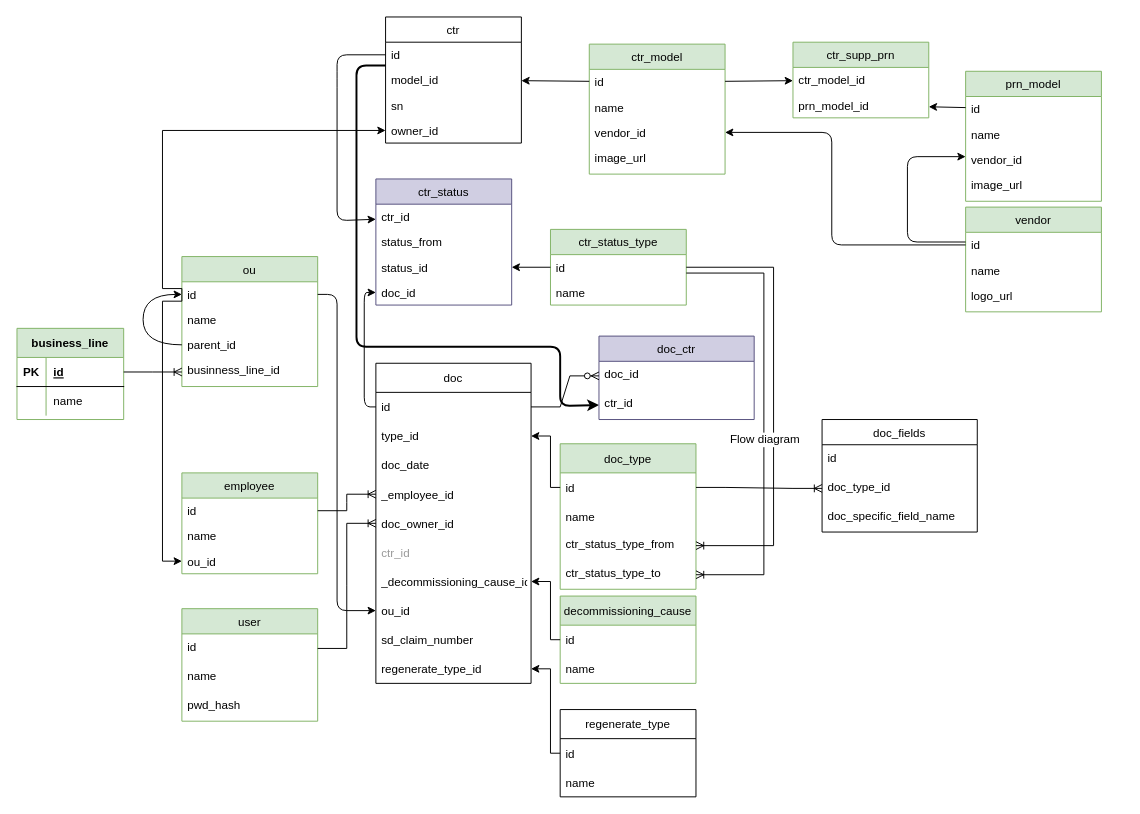
Earlier version of the draw.io diagram page "Ent relationship" (1 of 2) of docs/cartridge_accounting.drawio (IgorTkachuk/caartridge_accounting). Source tidied: cells renumbered, new cells numbered last; positions are measured from the earlier drawing's top-left corner, leaving out a move shared by most shapes. Both pictures are drawn from the tidied source at 97%, with x=0, y=0 at pixel (16, 16).
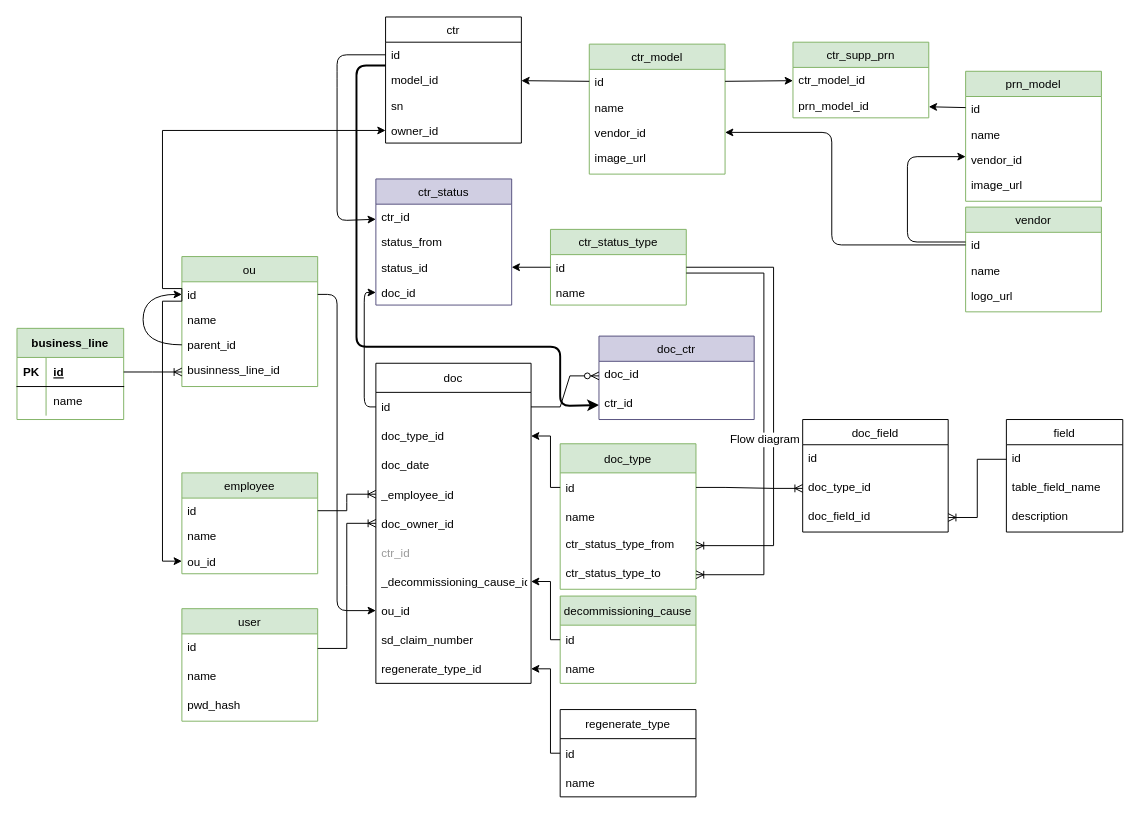
The same page after the edit.

Commit message:
feat: extends entity DB diagram with document fields

Unchanged cells that the change refers to:
```xml
<mxCell id="52" value="doc" style="swimlane;fontStyle=0;horizontal=1;startSize=30;" parent="1" vertex="1">
  <mxGeometry x="370" y="357" width="160" height="330" as="geometry" />
</mxCell>
```

The edit, as a diff of the source:
```diff
@@
-    <mxCell id="54" value="type_id" style="text;strokeColor=none;fillColor=none;align=left;verticalAlign=middle;spacingLeft=4;spacingRight=4;overflow=hidden;points=[[0,0.5],[1,0.5]];portConstraint=eastwest;" parent="52" vertex="1">
+    <mxCell id="54" value="doc_type_id" style="text;strokeColor=none;fillColor=none;align=left;verticalAlign=middle;spacingLeft=4;spacingRight=4;overflow=hidden;points=[[0,0.5],[1,0.5]];portConstraint=eastwest;" parent="52" vertex="1">
       <mxGeometry y="60" width="160" height="30" as="geometry" />
     </mxCell>
@@
-    <mxCell id="101" value="doc_fields" style="swimlane;fontStyle=0;horizontal=1;startSize=26;align=center;fontSize=12;" parent="1" vertex="1">
-      <mxGeometry x="830" y="415" width="160" height="116" as="geometry" />
+    <mxCell id="101" value="doc_field" style="swimlane;fontStyle=0;horizontal=1;startSize=26;align=center;fontSize=12;" parent="1" vertex="1">
+      <mxGeometry x="810" y="415" width="150" height="116" as="geometry" />
     </mxCell>
     <mxCell id="102" value="id" style="text;strokeColor=none;fillColor=none;spacingLeft=4;spacingRight=4;overflow=hidden;fontSize=12;" parent="101" vertex="1">
-      <mxGeometry y="26" width="160" height="30" as="geometry" />
+      <mxGeometry y="26" width="150" height="30" as="geometry" />
     </mxCell>
     <mxCell id="103" value="doc_type_id" style="text;strokeColor=none;fillColor=none;spacingLeft=4;spacingRight=4;overflow=hidden;points=[[0,0.5],[1,0.5]];portConstraint=eastwest;fontSize=12;" parent="101" vertex="1">
-      <mxGeometry y="56" width="160" height="30" as="geometry" />
+      <mxGeometry y="56" width="150" height="30" as="geometry" />
     </mxCell>
-    <mxCell id="104" value="doc_specific_field_name" style="text;strokeColor=none;fillColor=none;spacingLeft=4;spacingRight=4;overflow=hidden;points=[[0,0.5],[1,0.5]];portConstraint=eastwest;fontSize=12;" parent="101" vertex="1">
-      <mxGeometry y="86" width="160" height="30" as="geometry" />
+    <mxCell id="104" value="doc_field_id" style="text;strokeColor=none;fillColor=none;spacingLeft=4;spacingRight=4;overflow=hidden;points=[[0,0.5],[1,0.5]];portConstraint=eastwest;fontSize=12;" parent="101" vertex="1">
+      <mxGeometry y="86" width="150" height="30" as="geometry" />
     </mxCell>
@@
+    <mxCell id="106" value="field" style="swimlane;fontStyle=0;horizontal=1;startSize=26;align=center;fontSize=12;" parent="1" vertex="1">
+      <mxGeometry x="1020" y="415" width="120" height="116" as="geometry" />
+    </mxCell>
+    <mxCell id="107" value="id" style="text;strokeColor=none;fillColor=none;spacingLeft=4;spacingRight=4;overflow=hidden;points=[[0,0.5],[1,0.5]];portConstraint=eastwest;fontSize=12;" parent="106" vertex="1">
+      <mxGeometry y="26" width="120" height="30" as="geometry" />
+    </mxCell>
+    <mxCell id="108" value="table_field_name" style="text;strokeColor=none;fillColor=none;spacingLeft=4;spacingRight=4;overflow=hidden;fontSize=12;" parent="106" vertex="1">
+      <mxGeometry y="56" width="120" height="30" as="geometry" />
+    </mxCell>
+    <mxCell id="109" value="description" style="text;strokeColor=none;fillColor=none;spacingLeft=4;spacingRight=4;overflow=hidden;fontSize=12;" parent="106" vertex="1">
+      <mxGeometry y="86" width="120" height="30" as="geometry" />
+    </mxCell>
+    <mxCell id="110" style="edgeStyle=entityRelationEdgeStyle;fontSize=12;html=1;endArrow=ERoneToMany;rounded=0;" parent="1" edge="1" source="107" target="104">
+      <mxGeometry relative="1" as="geometry" />
+    </mxCell>
```
